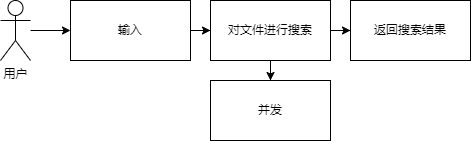
Above: doc/mian.drawio.png in CodesPlex/FileSeeker (draw.io), before the change. Source tidied: cells renumbered, new cells last; positions are measured from the earlier drawing's top-left corner, leaving out a move shared by most shapes.
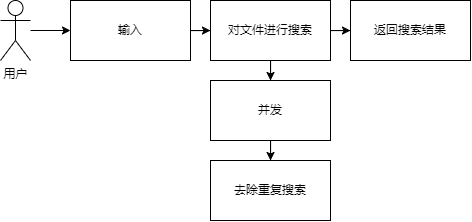
After the change.

Commit message:
更新项目思路图

Change to the diagram source:
```diff
@@ -26,8 +26,14 @@
     <mxCell id="9" value="返回搜索结果" style="rounded=0;whiteSpace=wrap;html=1;" parent="1" vertex="1">
       <mxGeometry x="350" width="120" height="60" as="geometry" />
     </mxCell>
+    <mxCell id="11" style="edgeStyle=orthogonalEdgeStyle;rounded=0;jettySize=auto;html=1;" parent="1" edge="1" source="10" target="12">
+      <mxGeometry relative="1" as="geometry" />
+    </mxCell>
     <mxCell id="10" value="并发" style="whiteSpace=wrap;html=1;rounded=0;" parent="1" vertex="1">
       <mxGeometry x="210" y="80" width="120" height="60" as="geometry" />
     </mxCell>
+    <mxCell id="12" value="去除重复搜索" style="whiteSpace=wrap;html=1;rounded=0;" parent="1" vertex="1">
+      <mxGeometry x="210" y="160" width="120" height="60" as="geometry" />
+    </mxCell>
   </root>
 </mxGraphModel>
```
